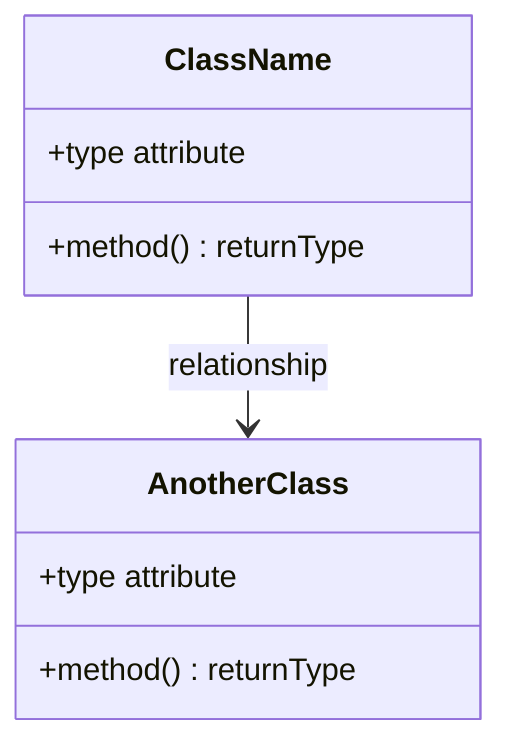
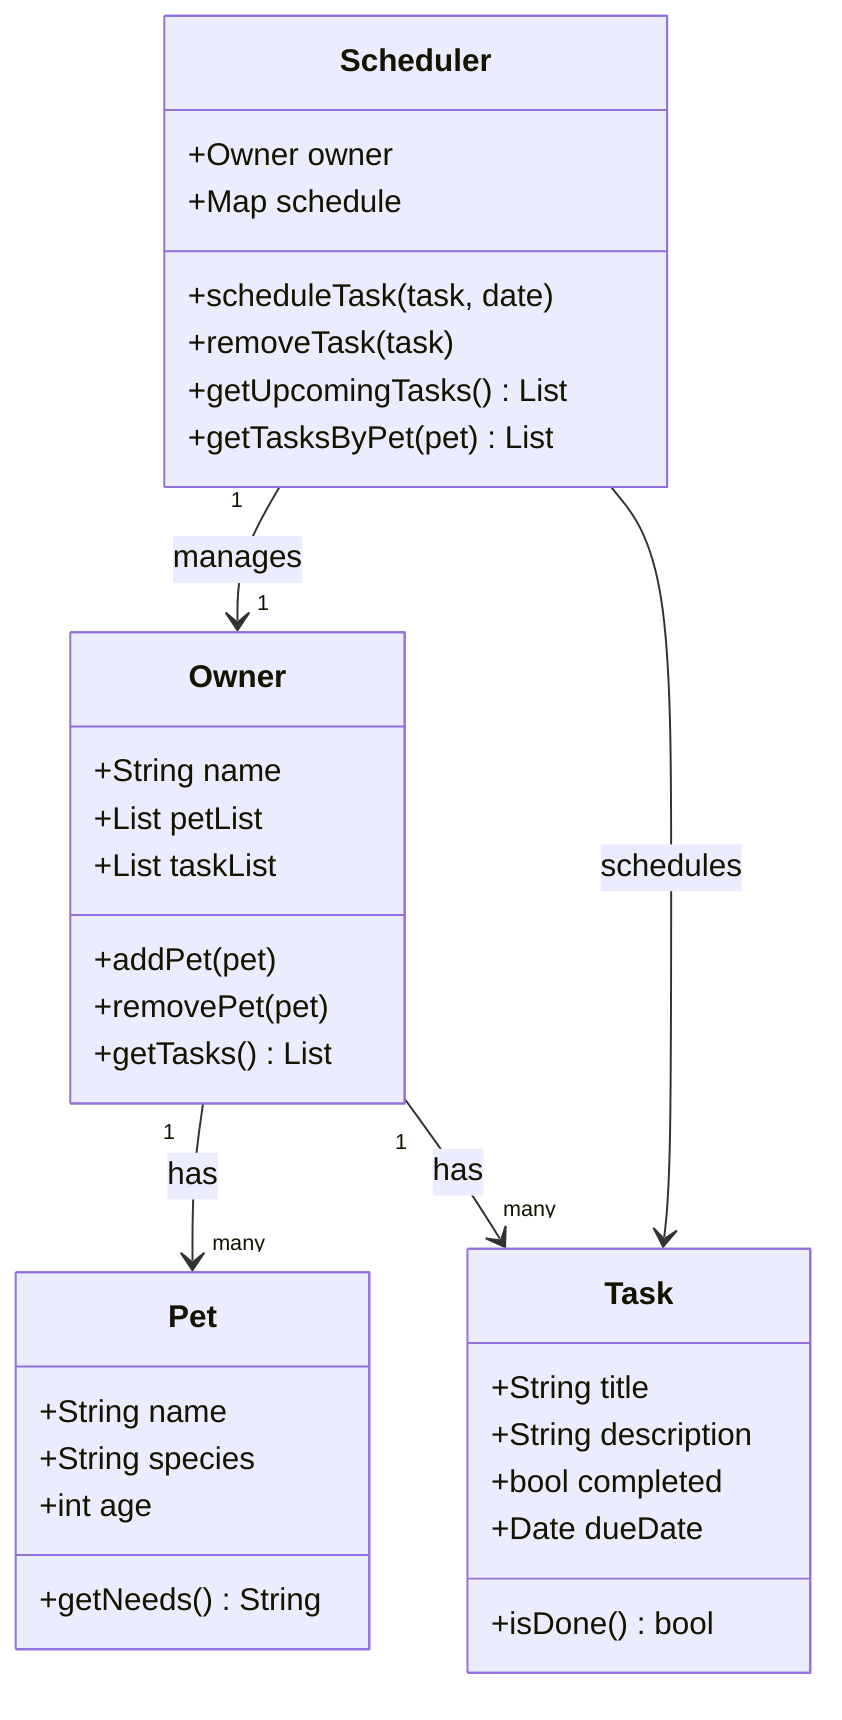
classDiagram
-     %% Replace the placeholders below with your actual classes, attributes, methods, and relationships.
-     %% Keep this file updated so it matches your final implementation.
- 
-     class ClassName {
-         +type attribute
-         +method() returnType
+     class Owner {
+         +String name
+         +List petList
+         +List taskList
+         +addPet(pet)
+         +removePet(pet)
+         +getTasks() List
    }

-     class AnotherClass {
-         +type attribute
-         +method() returnType
+     class Pet {
+         +String name
+         +String species
+         +int age
+         +getNeeds() String
    }

-     ClassName --> AnotherClass : relationship
+     class Task {
+         +String title
+         +String description
+         +bool completed
+         +Date dueDate
+         +isDone() bool
+     }
+ 
+     class Scheduler {
+         +Owner owner
+         +Map schedule
+         +scheduleTask(task, date)
+         +removeTask(task)
+         +getUpcomingTasks() List
+         +getTasksByPet(pet) List
+     }
+ 
+     Owner "1" --> "many" Pet : has
+     Owner "1" --> "many" Task : has
+     Scheduler "1" --> "1" Owner : manages
+     Scheduler --> Task : schedules
